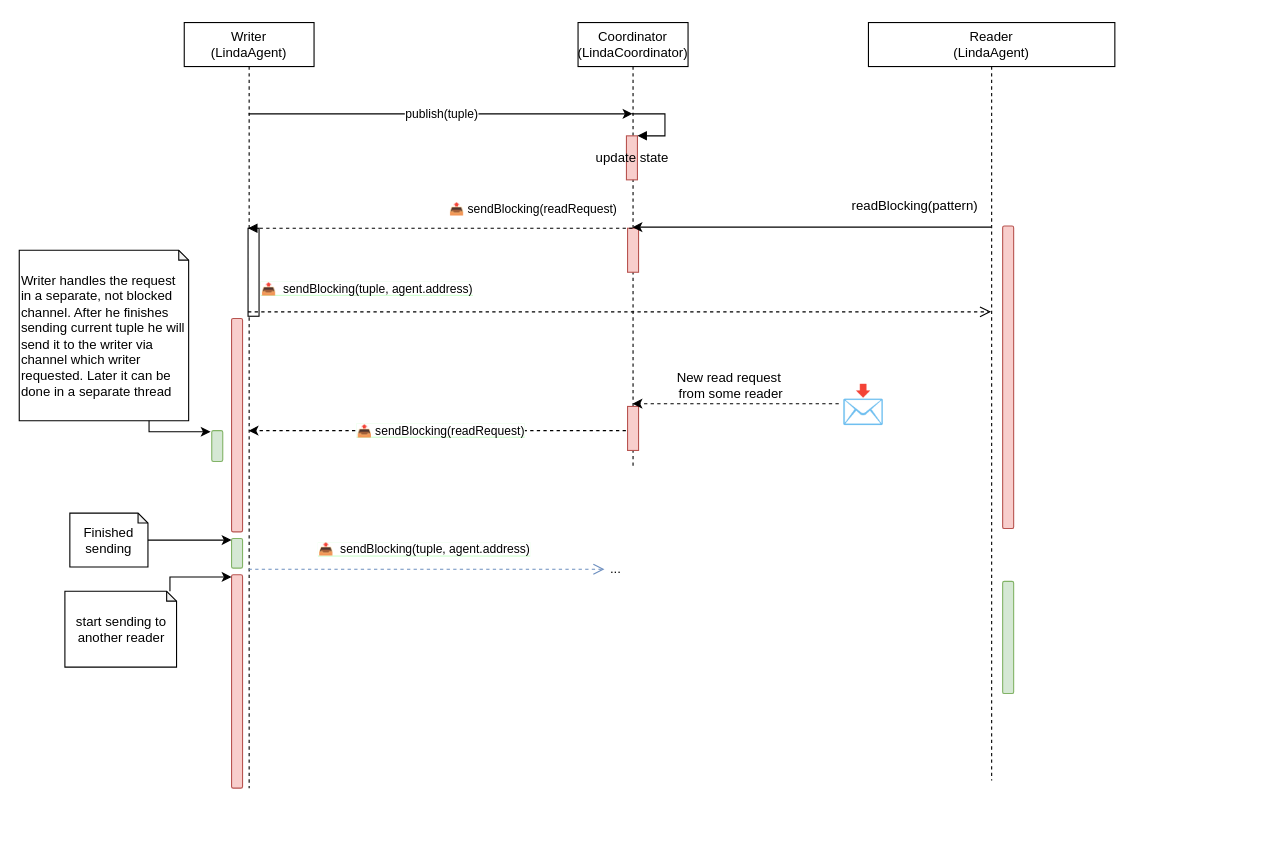
Earlier version of the draw.io diagram page "1 W - 2 R" (3 of 5) of images/diagram.drawio (pochka15/linda). Source tidied: cells renumbered, new cells numbered last; positions are measured from the earlier drawing's top-left corner, leaving out a move shared by most shapes. Both pictures are drawn from the tidied source at 110%, with x=0, y=0 at pixel (19, 22).
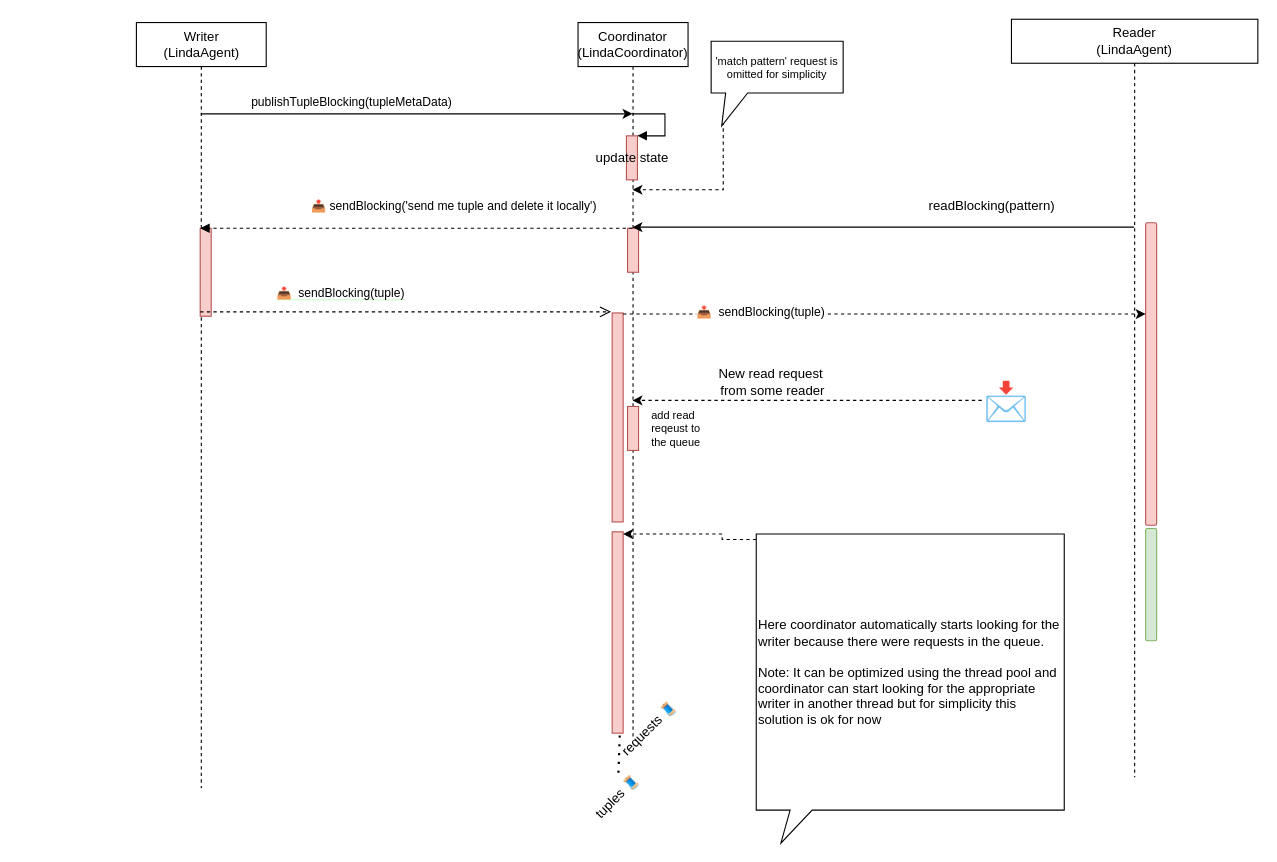
The same diagram, later.

Unchanged cells that the change refers to:
```xml
<mxCell id="17" style="rounded=1;whiteSpace=wrap;html=1;fillColor=#f8cecc;strokeColor=#b85450;" parent="16" vertex="1">
  <mxGeometry x="122" y="185" width="10" height="275" as="geometry" />
</mxCell>
```

What changed in the source:
```diff
@@
-    <mxCell id="2" value="&lt;span style=&quot;background-color: rgb(255 , 255 , 255)&quot;&gt;📤 sendBlocking(readRequest)&lt;/span&gt;" style="edgeStyle=orthogonalEdgeStyle;rounded=0;jettySize=auto;html=1;labelBackgroundColor=#CCFFCC;dashed=1;" parent="1" edge="1" source="3" target="9">
-      <mxGeometry relative="1" as="geometry">
-        <Array as="points">
-          <mxPoint x="497" y="371" />
-          <mxPoint x="497" y="371" />
-        </Array>
-      </mxGeometry>
-    </mxCell>
     <mxCell id="3" value="Coordinator (LindaCoordinator)" style="shape=umlLifeline;perimeter=lifelinePerimeter;whiteSpace=wrap;html=1;outlineConnect=0;" parent="1" vertex="1">
-      <mxGeometry x="508" width="100" height="406" as="geometry" />
+      <mxGeometry x="508" width="100" height="649" as="geometry" />
     </mxCell>
@@
+    <mxCell id="32" style="html=1;points=[];perimeter=orthogonalPerimeter;fillColor=#f8cecc;strokeColor=#b85450;" parent="3" vertex="1">
+      <mxGeometry x="31" y="264" width="10" height="190" as="geometry" />
+    </mxCell>
+    <mxCell id="33" style="html=1;points=[];perimeter=orthogonalPerimeter;fillColor=#f8cecc;strokeColor=#b85450;" parent="3" vertex="1">
+      <mxGeometry x="31" y="463" width="10" height="183" as="geometry" />
+    </mxCell>
-    <mxCell id="8" value="publish(tuple)" style="edgeStyle=orthogonalEdgeStyle;rounded=0;jettySize=auto;html=1;" parent="1" edge="1" source="9" target="3">
-      <mxGeometry relative="1" as="geometry">
+    <mxCell id="8" value="publishTupleBlocking(tupleMetaData)" style="edgeStyle=orthogonalEdgeStyle;rounded=0;jettySize=auto;html=1;" parent="1" edge="1" source="9" target="3">
+      <mxGeometry x="-0.3" y="11" relative="1" as="geometry">
         <Array as="points">
           <mxPoint x="378" y="83" />
           <mxPoint x="378" y="83" />
         </Array>
       </mxGeometry>
     </mxCell>
     <mxCell id="9" value="Writer&lt;br&gt;(LindaAgent)" style="shape=umlLifeline;perimeter=lifelinePerimeter;whiteSpace=wrap;html=1;outlineConnect=0;" parent="1" vertex="1">
-      <mxGeometry x="150" width="118" height="696" as="geometry" />
+      <mxGeometry x="106.5" width="118" height="696" as="geometry" />
     </mxCell>
-    <mxCell id="10" style="html=1;points=[];perimeter=orthogonalPerimeter;" parent="9" vertex="1">
+    <mxCell id="10" style="html=1;points=[];perimeter=orthogonalPerimeter;fillColor=#f8cecc;strokeColor=#b85450;" parent="9" vertex="1">
       <mxGeometry x="58" y="187" width="10" height="80" as="geometry" />
     </mxCell>
-    <mxCell id="11" style="rounded=1;whiteSpace=wrap;html=1;fillColor=#f8cecc;strokeColor=#b85450;" parent="9" vertex="1">
-      <mxGeometry x="43" y="269" width="10" height="194" as="geometry" />
-    </mxCell>
-    <mxCell id="12" style="rounded=1;whiteSpace=wrap;html=1;fillColor=#d5e8d4;strokeColor=#82b366;" parent="9" vertex="1">
-      <mxGeometry x="25" y="371" width="10" height="28" as="geometry" />
-    </mxCell>
-    <mxCell id="13" style="rounded=1;whiteSpace=wrap;html=1;fillColor=#d5e8d4;strokeColor=#82b366;" parent="9" vertex="1">
-      <mxGeometry x="43" y="469" width="10" height="27" as="geometry" />
-    </mxCell>
-    <mxCell id="14" style="rounded=1;whiteSpace=wrap;html=1;fillColor=#f8cecc;strokeColor=#b85450;" parent="9" vertex="1">
-      <mxGeometry x="43" y="502" width="10" height="194" as="geometry" />
-    </mxCell>
     <mxCell id="15" value="&lt;span style=&quot;font-size: 12px ; text-align: left&quot;&gt;readBlocking(pattern)&lt;/span&gt;" style="edgeStyle=orthogonalEdgeStyle;rounded=0;jettySize=auto;html=1;" parent="1" edge="1" source="16" target="3">
-      <mxGeometry x="-0.57" y="-19" relative="1" as="geometry">
+      <mxGeometry x="-0.43" y="-19" relative="1" as="geometry">
         <Array as="points">
           <mxPoint x="709" y="186" />
           <mxPoint x="709" y="186" />
         </Array>
       </mxGeometry>
     </mxCell>
     <mxCell id="16" value="Reader&lt;br&gt;(LindaAgent)" style="shape=umlLifeline;perimeter=lifelinePerimeter;whiteSpace=wrap;html=1;outlineConnect=0;" parent="1" vertex="1">
-      <mxGeometry x="772" width="224" height="689" as="geometry" />
+      <mxGeometry x="902" y="-3" width="224" height="689" as="geometry" />
     </mxCell>
@@
     <mxCell id="18" style="rounded=1;whiteSpace=wrap;html=1;fillColor=#d5e8d4;strokeColor=#82b366;" parent="16" vertex="1">
-      <mxGeometry x="122" y="508" width="10" height="102" as="geometry" />
+      <mxGeometry x="122" y="463" width="10" height="102" as="geometry" />
     </mxCell>
-    <mxCell id="19" value="📤 sendBlocking(readRequest)" style="html=1;verticalAlign=bottom;endArrow=block;entryX=0;entryY=0;rounded=0;dashed=1;" parent="1" edge="1" source="3" target="10">
-      <mxGeometry x="-0.48" y="-8" relative="1" as="geometry" />
+    <mxCell id="19" value="📤 sendBlocking('send me tuple and delete it locally')" style="html=1;verticalAlign=bottom;endArrow=block;entryX=0;entryY=0;rounded=0;dashed=1;" parent="1" edge="1" source="3" target="10">
+      <mxGeometry x="-0.17" y="-11" relative="1" as="geometry" />
     </mxCell>
-    <mxCell id="20" value="&lt;span style=&quot;background-color: rgb(255 , 255 , 255)&quot;&gt;📤&amp;nbsp;&lt;span style=&quot;text-align: left ; font-family: &amp;#34;helvetica&amp;#34;&quot;&gt;&amp;nbsp;sendBlocking(tuple, agent.address)&lt;/span&gt;&lt;/span&gt;" style="html=1;verticalAlign=bottom;endArrow=open;dashed=1;endSize=8;exitX=0;exitY=0.95;rounded=0;labelBackgroundColor=#CCFFCC;" parent="1" edge="1" source="10" target="16">
-      <mxGeometry x="-0.68" y="12" relative="1" as="geometry">
+    <mxCell id="20" value="&lt;span style=&quot;background-color: rgb(255 , 255 , 255)&quot;&gt;📤&amp;nbsp;&lt;span style=&quot;text-align: left ; font-family: &amp;#34;helvetica&amp;#34;&quot;&gt;&amp;nbsp;sendBlocking(tuple)&lt;/span&gt;&lt;/span&gt;" style="html=1;verticalAlign=bottom;endArrow=open;dashed=1;endSize=8;exitX=0;exitY=0.95;rounded=0;labelBackgroundColor=#CCFFCC;" parent="1" edge="1" source="10">
+      <mxGeometry x="-0.32" y="8" relative="1" as="geometry">
+        <mxPoint x="538" y="263" as="targetPoint" />
         <Array as="points">
           <mxPoint x="458" y="263" />
         </Array>
       </mxGeometry>
     </mxCell>
-    <mxCell id="21" value="Finished sending" style="shape=note;whiteSpace=wrap;html=1;backgroundOutline=1;darkOpacity=0.05;size=9;" parent="1" vertex="1">
-      <mxGeometry x="46" y="446" width="71" height="49" as="geometry" />
-    </mxCell>
-    <mxCell id="22" style="edgeStyle=orthogonalEdgeStyle;rounded=0;jettySize=auto;html=1;labelBackgroundColor=#CCFFCC;" parent="1" edge="1" source="21" target="13">
-      <mxGeometry relative="1" as="geometry">
-        <Array as="points">
-          <mxPoint x="174" y="471" />
-          <mxPoint x="174" y="471" />
-        </Array>
-      </mxGeometry>
-    </mxCell>
@@
     <mxCell id="25" value="📩" style="text;html=1;align=center;verticalAlign=middle;points=[];strokeColor=none;fillColor=none;fontSize=34;" parent="1" vertex="1">
-      <mxGeometry x="745" y="324" width="44" height="45" as="geometry" />
+      <mxGeometry x="875" y="321" width="44" height="45" as="geometry" />
     </mxCell>
-    <mxCell id="26" value="&lt;span style=&quot;background-color: rgb(255 , 255 , 255)&quot;&gt;📤&amp;nbsp;&lt;span style=&quot;text-align: left ; font-family: &amp;#34;helvetica&amp;#34;&quot;&gt;&amp;nbsp;sendBlocking(tuple, agent.address)&lt;/span&gt;&lt;/span&gt;" style="html=1;verticalAlign=bottom;endArrow=open;dashed=1;endSize=8;rounded=0;fillColor=#dae8fc;strokeColor=#6c8ebf;labelBackgroundColor=#CCFFCC;" parent="1" edge="1" source="9" target="27">
-      <mxGeometry x="-0.02" y="9" relative="1" as="geometry">
-        <Array as="points">
-          <mxPoint x="361" y="497" />
-        </Array>
-      </mxGeometry>
-    </mxCell>
-    <mxCell id="27" value="..." style="text;html=1;align=center;verticalAlign=middle;points=[];strokeColor=none;fillColor=none;fontSize=12;" parent="1" vertex="1">
-      <mxGeometry x="532" y="488" width="20" height="18" as="geometry" />
-    </mxCell>
-    <mxCell id="28" value="Writer handles the request in a separate, not blocked channel. After he finishes sending current tuple he will send it to the writer via channel which writer requested. Later it can be done in a separate thread" style="shape=note;whiteSpace=wrap;html=1;backgroundOutline=1;darkOpacity=0.05;size=9;align=left;" parent="1" vertex="1">
-      <mxGeometry y="207" width="154" height="155" as="geometry" />
-    </mxCell>
-    <mxCell id="29" style="edgeStyle=orthogonalEdgeStyle;rounded=0;jettySize=auto;html=1;labelBackgroundColor=#CCFFCC;" parent="1" edge="1" source="28">
-      <mxGeometry relative="1" as="geometry">
-        <mxPoint x="174" y="372" as="targetPoint" />
-        <Array as="points">
-          <mxPoint x="118" y="372" />
-          <mxPoint x="118" y="372" />
-        </Array>
-      </mxGeometry>
-    </mxCell>
-    <mxCell id="30" value="start sending to another reader" style="shape=note;whiteSpace=wrap;html=1;backgroundOutline=1;darkOpacity=0.05;size=9;" parent="1" vertex="1">
-      <mxGeometry x="41.5" y="517" width="101.5" height="69" as="geometry" />
-    </mxCell>
-    <mxCell id="31" style="edgeStyle=orthogonalEdgeStyle;rounded=0;jettySize=auto;html=1;labelBackgroundColor=#CCFFCC;" parent="1" edge="1" source="30">
-      <mxGeometry relative="1" as="geometry">
-        <mxPoint x="193" y="504" as="targetPoint" />
-        <Array as="points">
-          <mxPoint x="137" y="504" />
-          <mxPoint x="137" y="504" />
-        </Array>
-      </mxGeometry>
-    </mxCell>
+    <mxCell id="34" style="edgeStyle=orthogonalEdgeStyle;rounded=0;jettySize=auto;html=1;dashed=1;labelBackgroundColor=#FFFFFF;" parent="1" edge="1" source="32" target="17">
+      <mxGeometry relative="1" as="geometry">
+        <Array as="points">
+          <mxPoint x="807" y="265" />
+          <mxPoint x="807" y="265" />
+        </Array>
+      </mxGeometry>
+    </mxCell>
+    <mxCell id="35" value="&lt;span style=&quot;font-size: 11px&quot;&gt;📤&amp;nbsp;&lt;/span&gt;&lt;span style=&quot;font-size: 11px ; text-align: left ; font-family: &amp;#34;helvetica&amp;#34;&quot;&gt;&amp;nbsp;sendBlocking(tuple)&lt;/span&gt;" style="edgeLabel;html=1;align=center;verticalAlign=middle;fontSize=10;fontColor=#000000;" parent="34" vertex="1">
+      <mxGeometry x="-0.48" y="3" relative="1" as="geometry" />
+    </mxCell>
+    <mxCell id="36" style="edgeStyle=orthogonalEdgeStyle;rounded=0;jettySize=auto;html=1;dashed=1;labelBackgroundColor=#FFFFFF;fontSize=10;fontColor=#000000;exitX=0.13;exitY=0.854;exitDx=0;exitDy=0;exitPerimeter=0;" parent="1" edge="1" source="37" target="3">
+      <mxGeometry relative="1" as="geometry">
+        <Array as="points">
+          <mxPoint x="640" y="83" />
+          <mxPoint x="640" y="152" />
+        </Array>
+      </mxGeometry>
+    </mxCell>
+    <mxCell id="37" value="&lt;span&gt;'&lt;/span&gt;match pattern&lt;span&gt;' request is omitted for simplicity&lt;/span&gt;" style="shape=callout;whiteSpace=wrap;html=1;perimeter=calloutPerimeter;fontSize=10;fontColor=#000000;size=30;position=0.11;position2=0.08;" parent="1" vertex="1">
+      <mxGeometry x="629" y="17" width="120" height="77" as="geometry" />
+    </mxCell>
+    <mxCell id="38" value="tuples 🧵" style="text;html=1;strokeColor=none;fillColor=none;align=center;verticalAlign=middle;whiteSpace=wrap;rounded=0;direction=west;rotation=-45;" parent="1" vertex="1">
+      <mxGeometry x="509" y="689" width="70" height="30" as="geometry" />
+    </mxCell>
+    <mxCell id="39" value="requests 🧵" style="text;html=1;strokeColor=none;fillColor=none;align=center;verticalAlign=middle;whiteSpace=wrap;rounded=0;direction=west;rotation=-45;" parent="1" vertex="1">
+      <mxGeometry x="538" y="627" width="70" height="30" as="geometry" />
+    </mxCell>
+    <mxCell id="40" value="add read reqeust to the queue" style="text;html=1;strokeColor=none;fillColor=none;align=left;verticalAlign=middle;whiteSpace=wrap;rounded=0;fontSize=10;fontColor=#000000;" parent="1" vertex="1">
+      <mxGeometry x="573" y="354" width="60" height="30" as="geometry" />
+    </mxCell>
+    <mxCell id="41" style="endArrow=none;dashed=1;html=1;dashPattern=1 3;strokeWidth=2;rounded=0;labelBackgroundColor=#FFFFFF;fontSize=10;fontColor=#000000;" parent="1" edge="1" source="38">
+      <mxGeometry relative="1" as="geometry">
+        <mxPoint x="546" y="645" as="targetPoint" />
+      </mxGeometry>
+    </mxCell>
+    <mxCell id="42" style="edgeStyle=orthogonalEdgeStyle;rounded=0;jettySize=auto;html=1;dashed=1;labelBackgroundColor=#FFFFFF;fontSize=10;fontColor=#000000;" parent="1" edge="1" source="43" target="33">
+      <mxGeometry relative="1" as="geometry">
+        <Array as="points">
+          <mxPoint x="639" y="470" />
+          <mxPoint x="639" y="465" />
+        </Array>
+      </mxGeometry>
+    </mxCell>
+    <mxCell id="43" value="Here coordinator automatically starts looking for the writer because there were requests in the queue.&lt;br style=&quot;font-size: 12px;&quot;&gt;&lt;br style=&quot;font-size: 12px;&quot;&gt;Note: It can be optimized using the thread pool and coordinator can start looking for the appropriate writer in another thread but for simplicity this solution is ok for now" style="shape=callout;whiteSpace=wrap;html=1;perimeter=calloutPerimeter;fontSize=12;fontColor=#000000;size=30;position=0.11;position2=0.08;align=left;" parent="1" vertex="1">
+      <mxGeometry x="670" y="465" width="280" height="281" as="geometry" />
+    </mxCell>
```
